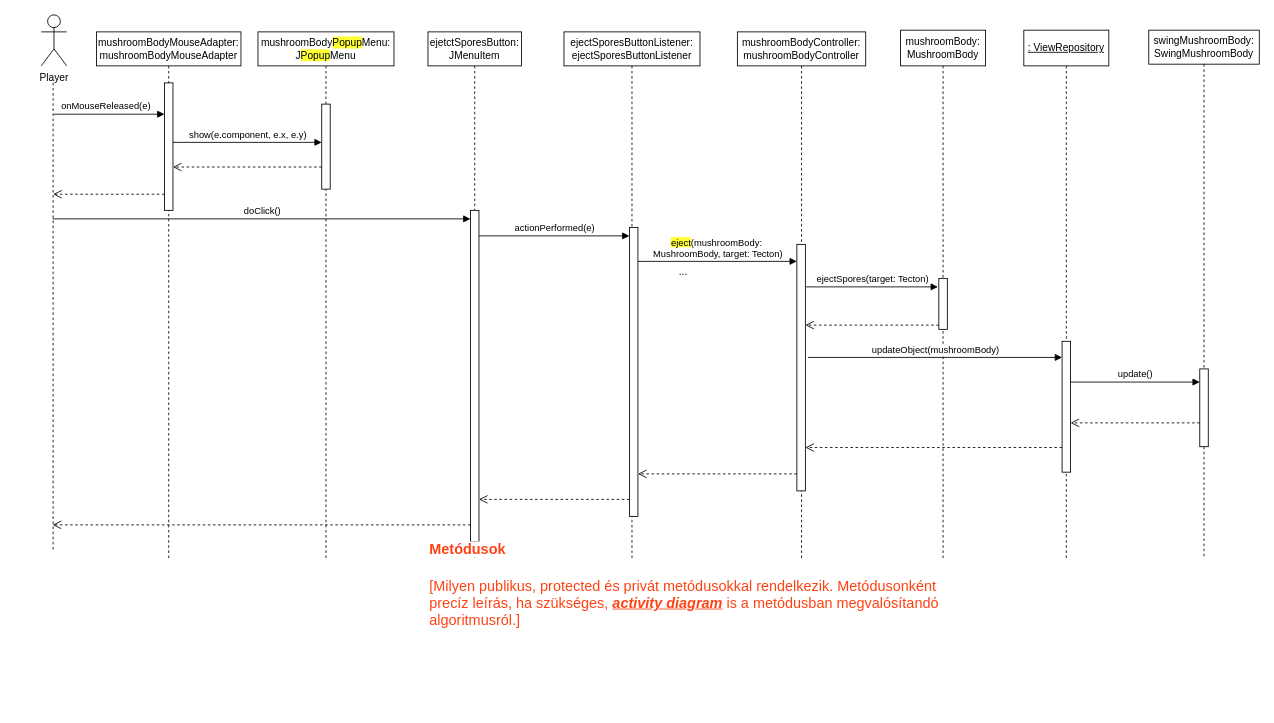
Before: page "v2" (2 of 3) of 11_grafikus_felulet_specifikacioja/TSz/MushroomBody - ejectSpores.drawio in koharzsombor/bandITs, a draw.io diagram. Source tidied: cells renumbered, new cells numbered last; positions are measured from the earlier drawing's top-left corner, leaving out a move shared by most shapes. Both pictures are drawn from the tidied source at 85%, with x=0, y=0 at pixel (14, 14).
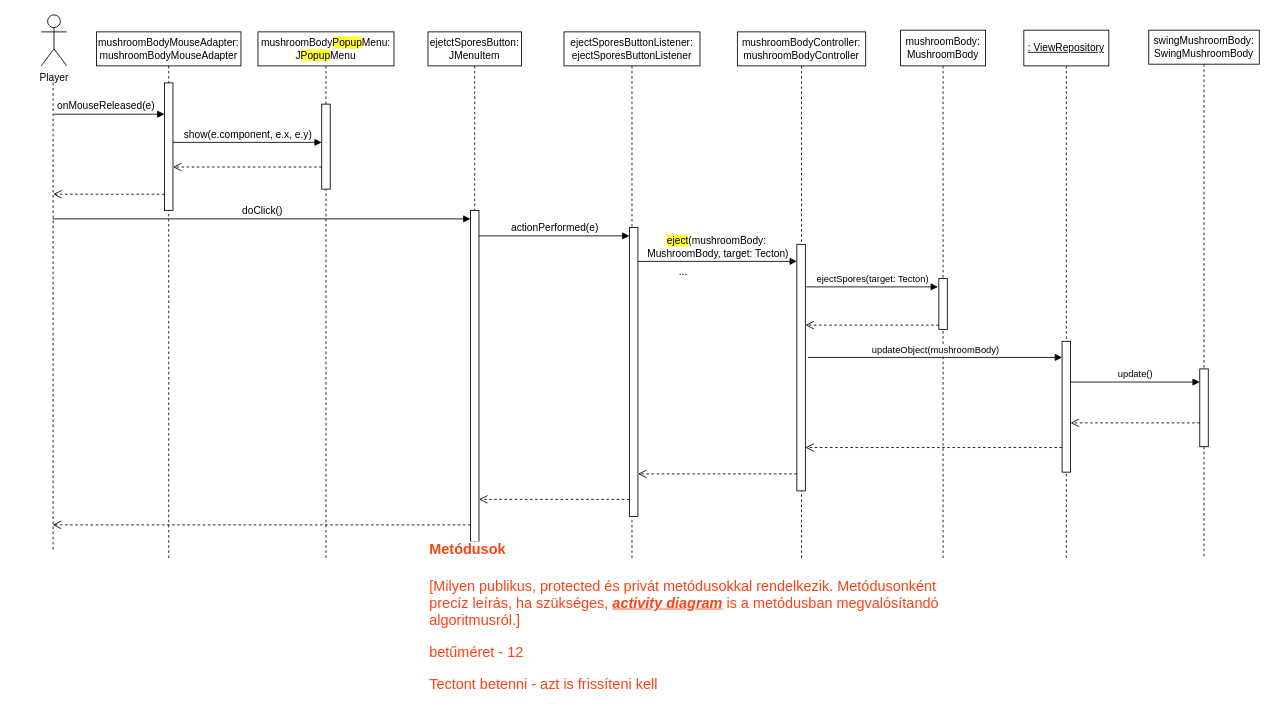
Above is the later version.

Unchanged cells that the change refers to:
```xml
<mxCell id="3" style="shape=umlLifeline;perimeter=lifelinePerimeter;whiteSpace=wrap;html=1;outlineConnect=0;portConstraint=eastwest;newEdgeStyle={&quot;curved&quot;:0,&quot;rounded&quot;:0};size=0;" parent="1" vertex="1">
  <mxGeometry y="80" width="90" height="550" as="geometry" />
</mxCell>
<mxCell id="4" style="html=1;verticalAlign=bottom;endArrow=block;curved=0;rounded=0;exitX=0.511;exitY=0.067;exitDx=0;exitDy=0;exitPerimeter=0;" parent="1" edge="1" source="3" target="7">
  <mxGeometry relative="1" as="geometry" />
</mxCell>
```

The edit, as a diff of the source:
```diff
@@
-    <mxCell id="5" value="onMouseReleased(e)" style="edgeLabel;html=1;align=center;verticalAlign=middle;" parent="4" vertex="1">
+    <mxCell id="5" value="&lt;font style=&quot;font-size: 12px;&quot;&gt;onMouseReleased(e)&lt;/font&gt;" style="edgeLabel;html=1;align=center;verticalAlign=middle;" parent="4" vertex="1">
       <mxGeometry x="-0.24" relative="1" as="geometry">
         <mxPoint x="12" y="-10" as="offset" />
       </mxGeometry>
     </mxCell>
@@
-    <mxCell id="10" value="show(e.component, e.x, e.y)" style="html=1;verticalAlign=bottom;endArrow=block;curved=0;rounded=0;" parent="1" edge="1">
+    <mxCell id="10" value="&lt;font style=&quot;font-size: 12px;&quot;&gt;show(e.component, e.x, e.y)&lt;/font&gt;" style="html=1;verticalAlign=bottom;endArrow=block;curved=0;rounded=0;" parent="1" edge="1">
       <mxGeometry relative="1" as="geometry">
         <mxPoint x="186" y="150" as="sourcePoint" />
         <mxPoint x="361" y="150" as="targetPoint" />
       </mxGeometry>
     </mxCell>
@@
-    <mxCell id="16" value="doClick()" style="html=1;verticalAlign=bottom;endArrow=block;curved=0;rounded=0;" parent="1" edge="1" source="3">
+    <mxCell id="16" value="&lt;font style=&quot;font-size: 12px;&quot;&gt;doClick()&lt;/font&gt;" style="html=1;verticalAlign=bottom;endArrow=block;curved=0;rounded=0;" parent="1" edge="1" source="3">
       <mxGeometry relative="1" as="geometry">
         <mxPoint x="536" y="240" as="targetPoint" />
       </mxGeometry>
     </mxCell>
-    <mxCell id="17" value="actionPerformed(e)" style="html=1;verticalAlign=bottom;endArrow=block;curved=0;rounded=0;entryX=0;entryY=0;entryDx=0;entryDy=5;" parent="1" edge="1">
+    <mxCell id="17" value="&lt;font style=&quot;font-size: 12px;&quot;&gt;actionPerformed(e)&lt;/font&gt;" style="html=1;verticalAlign=bottom;endArrow=block;curved=0;rounded=0;entryX=0;entryY=0;entryDx=0;entryDy=5;" parent="1" edge="1">
       <mxGeometry relative="1" as="geometry">
         <mxPoint x="546" y="260" as="sourcePoint" />
         <mxPoint x="723" y="260" as="targetPoint" />
       </mxGeometry>
     </mxCell>
@@
-    <mxCell id="35" value="&lt;span style=&quot;background-color: rgb(255, 255, 51);&quot;&gt;eject&lt;/span&gt;&lt;span style=&quot;background-color: rgb(255, 255, 255);&quot;&gt;(mushroomBody:&amp;nbsp;&lt;/span&gt;&lt;div&gt;&lt;span&gt;&lt;span style=&quot;background-color: rgb(255, 255, 255);&quot;&gt;MushroomBody,&amp;nbsp;&lt;/span&gt;&lt;span style=&quot;background-color: light-dark(rgb(255, 255, 255), rgb(18, 18, 18)); color: light-dark(rgb(0, 0, 0), rgb(255, 255, 255));&quot;&gt;target: Tecton)&lt;/span&gt;&lt;/span&gt;&lt;/div&gt;" style="html=1;verticalAlign=bottom;endArrow=block;curved=0;rounded=0;" parent="1" edge="1">
+    <mxCell id="35" value="&lt;font style=&quot;font-size: 12px;&quot;&gt;&lt;span style=&quot;background-color: rgb(255, 255, 51);&quot;&gt;eject&lt;/span&gt;&lt;span style=&quot;background-color: rgb(255, 255, 255);&quot;&gt;(mushroomBody:&amp;nbsp;&lt;/span&gt;&lt;/font&gt;&lt;div&gt;&lt;span&gt;&lt;font style=&quot;font-size: 12px;&quot;&gt;&lt;span style=&quot;background-color: rgb(255, 255, 255);&quot;&gt;MushroomBody,&amp;nbsp;&lt;/span&gt;&lt;span style=&quot;background-color: light-dark(rgb(255, 255, 255), rgb(18, 18, 18)); color: light-dark(rgb(0, 0, 0), rgb(255, 255, 255));&quot;&gt;target: Tecton)&lt;/span&gt;&lt;/font&gt;&lt;/span&gt;&lt;/div&gt;" style="html=1;verticalAlign=bottom;endArrow=block;curved=0;rounded=0;" parent="1" edge="1">
       <mxGeometry relative="1" as="geometry">
         <mxPoint x="733" y="290" as="sourcePoint" />
         <mxPoint x="920" y="290" as="targetPoint" />
       </mxGeometry>
     </mxCell>
@@
-    <mxCell id="38" value="&lt;h4 style=&quot;margin-left:18.0pt;text-indent:-18.0pt;mso-list:l0 level4 lfo2;&lt;br/&gt;tab-stops:list 18.0pt&quot;&gt;&lt;span style=&quot;background-color: light-dark(#ffffff, var(--ge-dark-color, #121212));&quot;&gt;&lt;font style=&quot;color: rgb(255, 66, 19);&quot;&gt;&lt;span&gt;Metódusok&lt;/span&gt;&lt;/font&gt;&lt;/span&gt;&lt;/h4&gt;&lt;p class=&quot;magyarazat&quot;&gt;&lt;span style=&quot;background-color: light-dark(#ffffff, var(--ge-dark-color, #121212));&quot;&gt;&lt;font style=&quot;color: rgb(255, 66, 19);&quot;&gt;[Milyen publikus, protected és privát metódusokkal&amp;nbsp;rendelkezik. Metódusonként precíz leírás, ha szükséges, &lt;b&gt;&lt;u&gt;&lt;i&gt;activity diagram&lt;/i&gt;&lt;/u&gt;&lt;/b&gt; is a&amp;nbsp;metódusban megvalósítandó algoritmusról.]&lt;/font&gt;&lt;/span&gt;&lt;/p&gt;" style="text;whiteSpace=wrap;html=1;fontSize=17;" parent="1" vertex="1">
+    <mxCell id="38" value="&lt;h4 style=&quot;margin-left:18.0pt;text-indent:-18.0pt;mso-list:l0 level4 lfo2;&lt;br/&gt;tab-stops:list 18.0pt&quot;&gt;&lt;span style=&quot;background-color: light-dark(#ffffff, var(--ge-dark-color, #121212));&quot;&gt;&lt;font style=&quot;color: rgb(255, 66, 19);&quot;&gt;&lt;span&gt;Metódusok&lt;/span&gt;&lt;/font&gt;&lt;/span&gt;&lt;/h4&gt;&lt;p class=&quot;magyarazat&quot;&gt;&lt;span style=&quot;background-color: light-dark(#ffffff, var(--ge-dark-color, #121212));&quot;&gt;&lt;font style=&quot;color: rgb(255, 66, 19);&quot;&gt;[Milyen publikus, protected és privát metódusokkal&amp;nbsp;rendelkezik. Metódusonként precíz leírás, ha szükséges, &lt;b&gt;&lt;u&gt;&lt;i&gt;activity diagram&lt;/i&gt;&lt;/u&gt;&lt;/b&gt; is a&amp;nbsp;metódusban megvalósítandó algoritmusról.]&lt;/font&gt;&lt;/span&gt;&lt;/p&gt;&lt;p class=&quot;magyarazat&quot;&gt;&lt;span style=&quot;background-color: light-dark(#ffffff, var(--ge-dark-color, #121212));&quot;&gt;&lt;font style=&quot;color: rgb(255, 66, 19);&quot;&gt;betűméret - 12&lt;/font&gt;&lt;/span&gt;&lt;/p&gt;&lt;p class=&quot;magyarazat&quot;&gt;&lt;span style=&quot;background-color: light-dark(#ffffff, var(--ge-dark-color, #121212));&quot;&gt;&lt;font style=&quot;color: rgb(255, 66, 19);&quot;&gt;Tectont betenni - azt is frissíteni kell&lt;/font&gt;&lt;/span&gt;&lt;/p&gt;" style="text;whiteSpace=wrap;html=1;fontSize=17;" parent="1" vertex="1">
       <mxGeometry x="486" y="590" width="610" height="160" as="geometry" />
     </mxCell>
```
